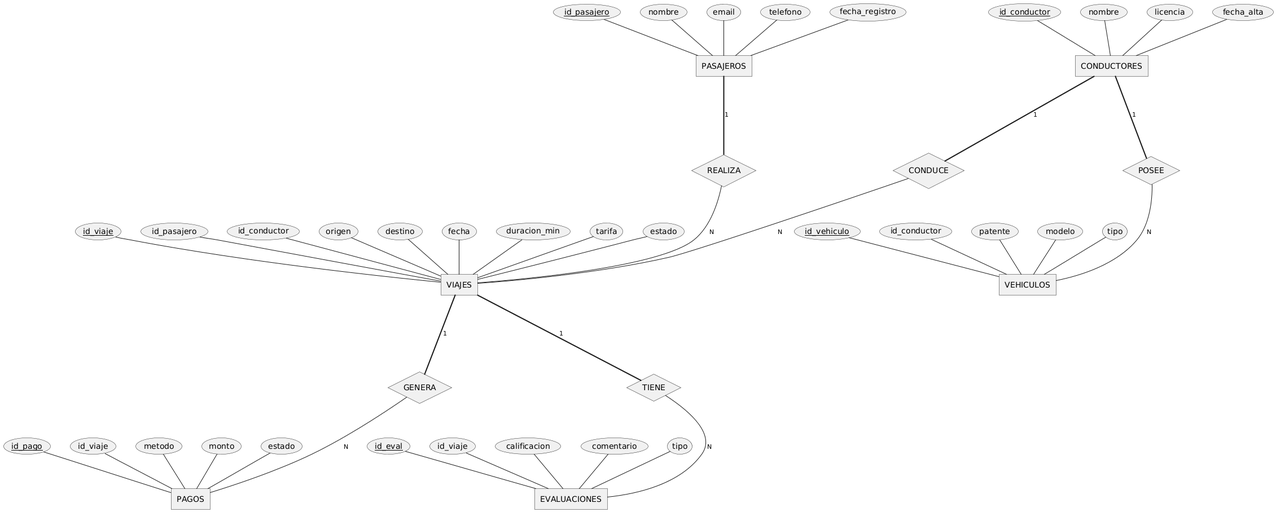
Above: img/chen.png in DevUsuiSama/TP2BaseDeDatos- (PlantUML), before the change. Its diagram source:
```plantuml
@startchen

entity PASAJEROS {
  id_pasajero <<key>>
  nombre
  email
  telefono
  fecha_registro
}

entity VIAJES {
  id_viaje <<key>>
  id_pasajero
  id_conductor
  origen
  destino
  fecha
  duracion_min
  tarifa
  estado
}

entity CONDUCTORES {
  id_conductor <<key>>
  nombre
  licencia
  fecha_alta
}

entity VEHICULOS {
  id_vehiculo <<key>>
  id_conductor
  patente
  modelo
  tipo
}

entity PAGOS {
  id_pago <<key>>
  id_viaje
  metodo
  monto
  estado
}

entity EVALUACIONES {
  id_eval <<key>>
  id_viaje
  calificacion
  comentario
  tipo
}

relationship REALIZA {
}
relationship CONDUCE {
}
relationship POSEE {
}
relationship GENERA {
}
relationship TIENE {
}

PASAJEROS =1= REALIZA
REALIZA -N- VIAJES

CONDUCTORES =1= CONDUCE
CONDUCE -N- VIAJES

CONDUCTORES =1= POSEE
POSEE -N- VEHICULOS

VIAJES =1= GENERA
GENERA -N- PAGOS

VIAJES =1= TIENE
TIENE -N- EVALUACIONES

@endchen
```
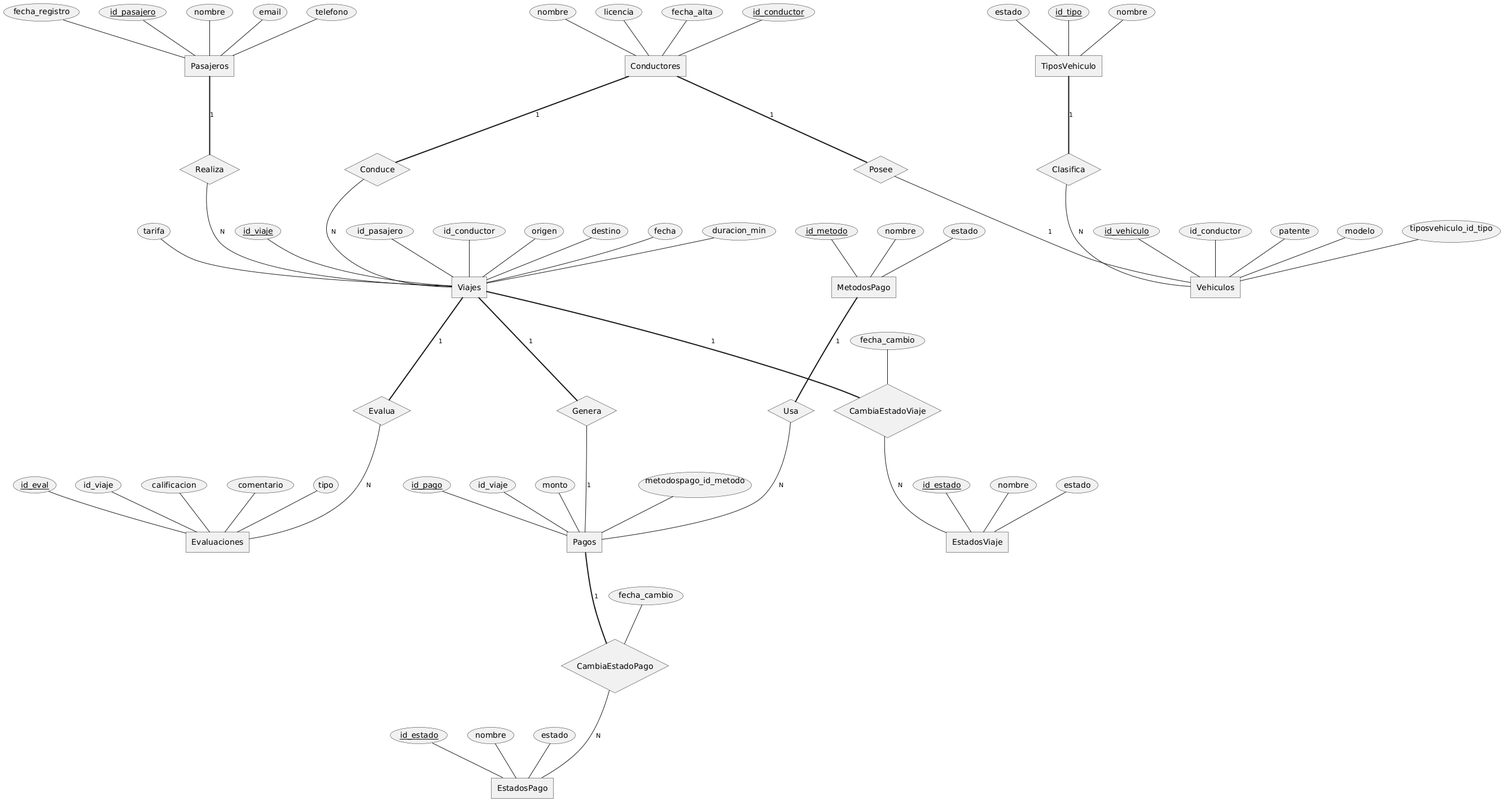
Later version of the same file.

Diff of the diagram source:
```diff
@@ -1,6 +1,13 @@
 @startchen
 
-entity PASAJEROS {
+entity Conductores {
+  id_conductor <<key>>
+  nombre
+  licencia
+  fecha_alta
+}
+
+entity Pasajeros {
   id_pasajero <<key>>
   nombre
   email
@@ -8,7 +15,7 @@
   fecha_registro
 }
 
-entity VIAJES {
+entity Viajes {
   id_viaje <<key>>
   id_pasajero
   id_conductor
@@ -17,33 +24,9 @@
   fecha
   duracion_min
   tarifa
-  estado
 }
 
-entity CONDUCTORES {
-  id_conductor <<key>>
-  nombre
-  licencia
-  fecha_alta
-}
-
-entity VEHICULOS {
-  id_vehiculo <<key>>
-  id_conductor
-  patente
-  modelo
-  tipo
-}
-
-entity PAGOS {
-  id_pago <<key>>
-  id_viaje
-  metodo
-  monto
-  estado
-}
-
-entity EVALUACIONES {
+entity Evaluaciones {
   id_eval <<key>>
   id_viaje
   calificacion
@@ -51,30 +34,91 @@
   tipo
 }
 
-relationship REALIZA {
-}
-relationship CONDUCE {
-}
-relationship POSEE {
-}
-relationship GENERA {
-}
-relationship TIENE {
+entity Pagos {
+  id_pago <<key>>
+  id_viaje
+  monto
+  metodospago_id_metodo
 }
 
-PASAJEROS =1= REALIZA
-REALIZA -N- VIAJES
+entity MetodosPago {
+  id_metodo <<key>>
+  nombre
+  estado
+}
 
-CONDUCTORES =1= CONDUCE
-CONDUCE -N- VIAJES
+entity EstadosPago {
+  id_estado <<key>>
+  nombre
+  estado
+}
 
-CONDUCTORES =1= POSEE
-POSEE -N- VEHICULOS
+entity EstadosViaje {
+  id_estado <<key>>
+  nombre
+  estado
+}
 
-VIAJES =1= GENERA
-GENERA -N- PAGOS
+entity Vehiculos {
+  id_vehiculo <<key>>
+  id_conductor
+  patente
+  modelo
+  tiposvehiculo_id_tipo
+}
 
-VIAJES =1= TIENE
-TIENE -N- EVALUACIONES
+entity TiposVehiculo {
+  id_tipo <<key>>
+  nombre
+  estado
+}
+
+relationship Realiza {
+}
+relationship Conduce {
+}
+relationship Evalua {
+}
+relationship Genera {
+}
+relationship Usa {
+}
+relationship CambiaEstadoPago {
+  fecha_cambio
+}
+relationship CambiaEstadoViaje {
+  fecha_cambio
+}
+relationship Posee {
+}
+relationship Clasifica {
+}
+
+Pasajeros =1= Realiza
+Realiza -N- Viajes
+
+Conductores =1= Conduce
+Conduce -N- Viajes
+
+Viajes =1= Evalua
+Evalua -N- Evaluaciones
+
+Viajes =1= Genera
+Genera -1- Pagos
+
+MetodosPago =1= Usa
+Usa -N- Pagos
+
+Pagos =1= CambiaEstadoPago
+CambiaEstadoPago -N- EstadosPago
+
+Viajes =1= CambiaEstadoViaje
+CambiaEstadoViaje -N- EstadosViaje
+
+Conductores =1= Posee
+Posee -1- Vehiculos
+
+TiposVehiculo =1= Clasifica
+Clasifica -N- Vehiculos
 
 @endchen
```
